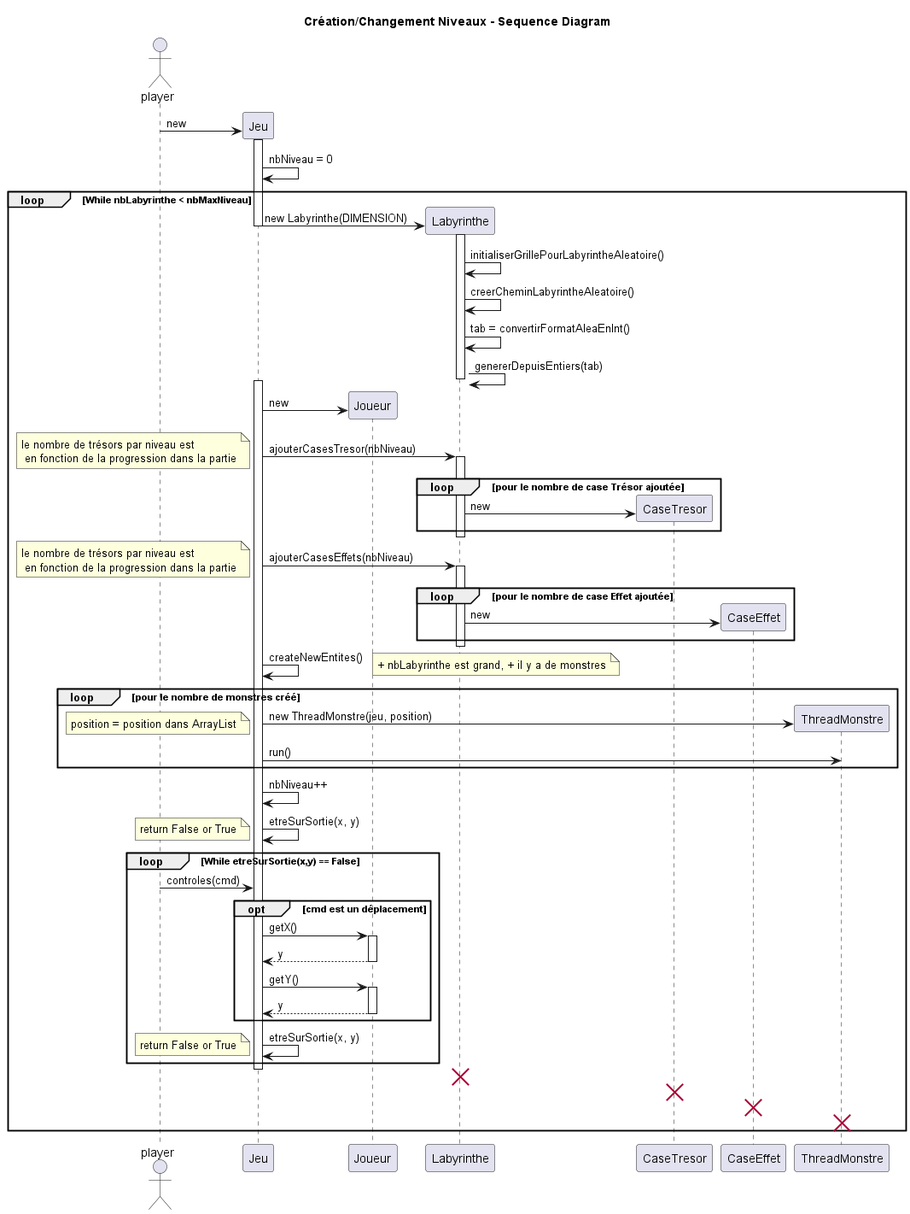
Before: documents/sprint_2/diagramme_sequence/diagramme_creation_changement_niveau.png, a diagram exported from PlantUML (rzepka2u/ACL_daedalus).
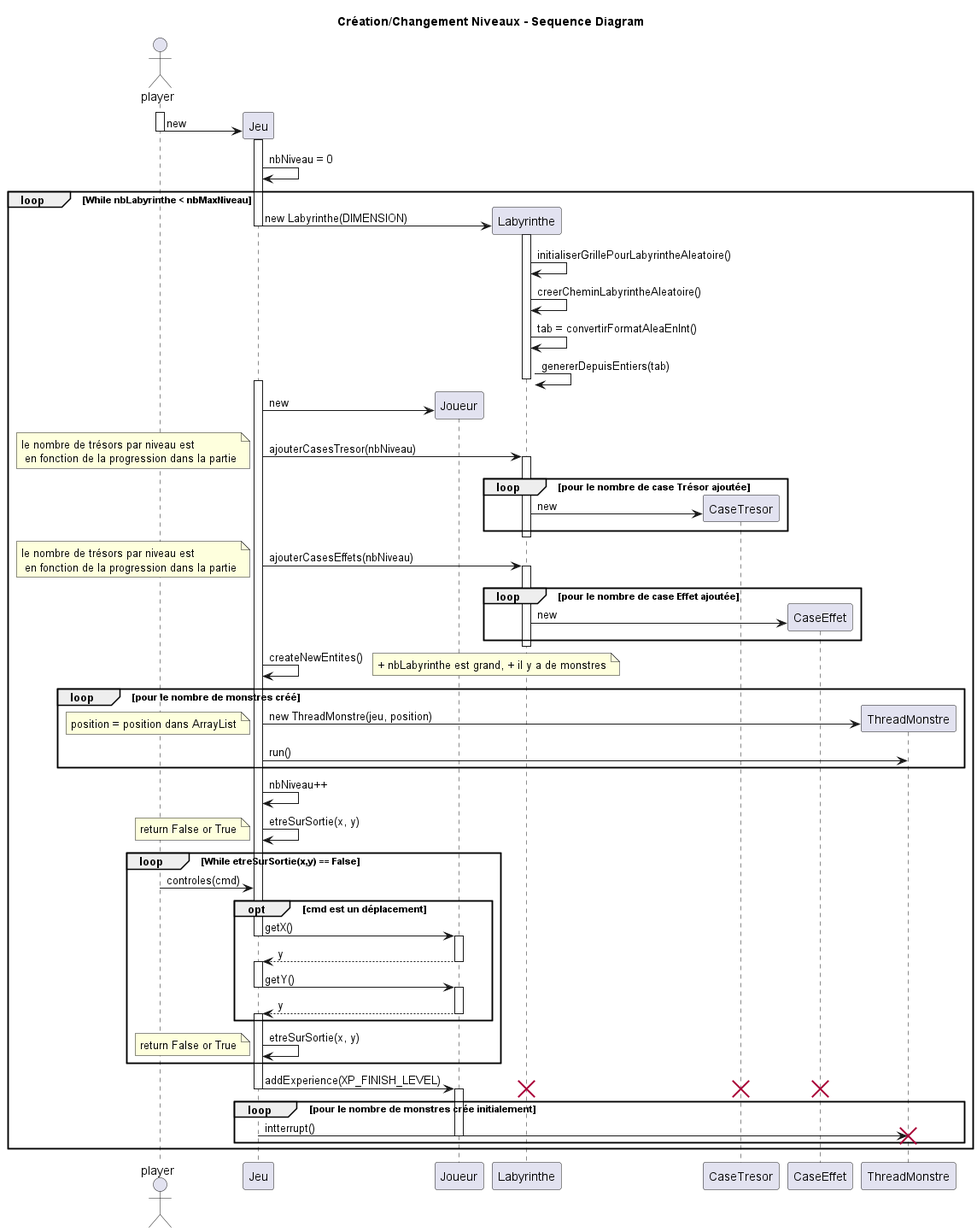
Above is the later version.

Change to the diagram source:
```diff
@@ -5,7 +5,9 @@
 actor player as player
 
 create Jeu
+activate player
 player -> Jeu: new
+deactivate player
 activate Jeu
 Jeu -> Jeu: nbNiveau = 0
 create Joueur
@@ -53,22 +55,32 @@
         player -> Jeu: controles(cmd)
         opt cmd est un déplacement
             Jeu -> Joueur: getX()
+            deactivate Jeu
             activate Joueur
             Jeu <-- Joueur: y
             deactivate Joueur
+            activate Jeu
             Jeu -> Joueur: getY()
+            deactivate Jeu
             activate Joueur
             Jeu <-- Joueur: y
             deactivate Joueur
+            activate Jeu
         end
         Jeu -> Jeu: etreSurSortie(x, y)
         note left: return False or True
     end
+    Jeu -> Joueur: addExperience(XP_FINISH_LEVEL)
     deactivate Jeu
+    activate Joueur
     destroy Labyrinthe
     destroy CaseTresor
     destroy CaseEffet
-    destroy ThreadMonstre
+    loop pour le nombre de monstres crée initialement
+        Jeu -> ThreadMonstre: intterrupt()
+        deactivate Joueur
+        destroy ThreadMonstre
+    end
 end
 deactivate Jeu
 
```
